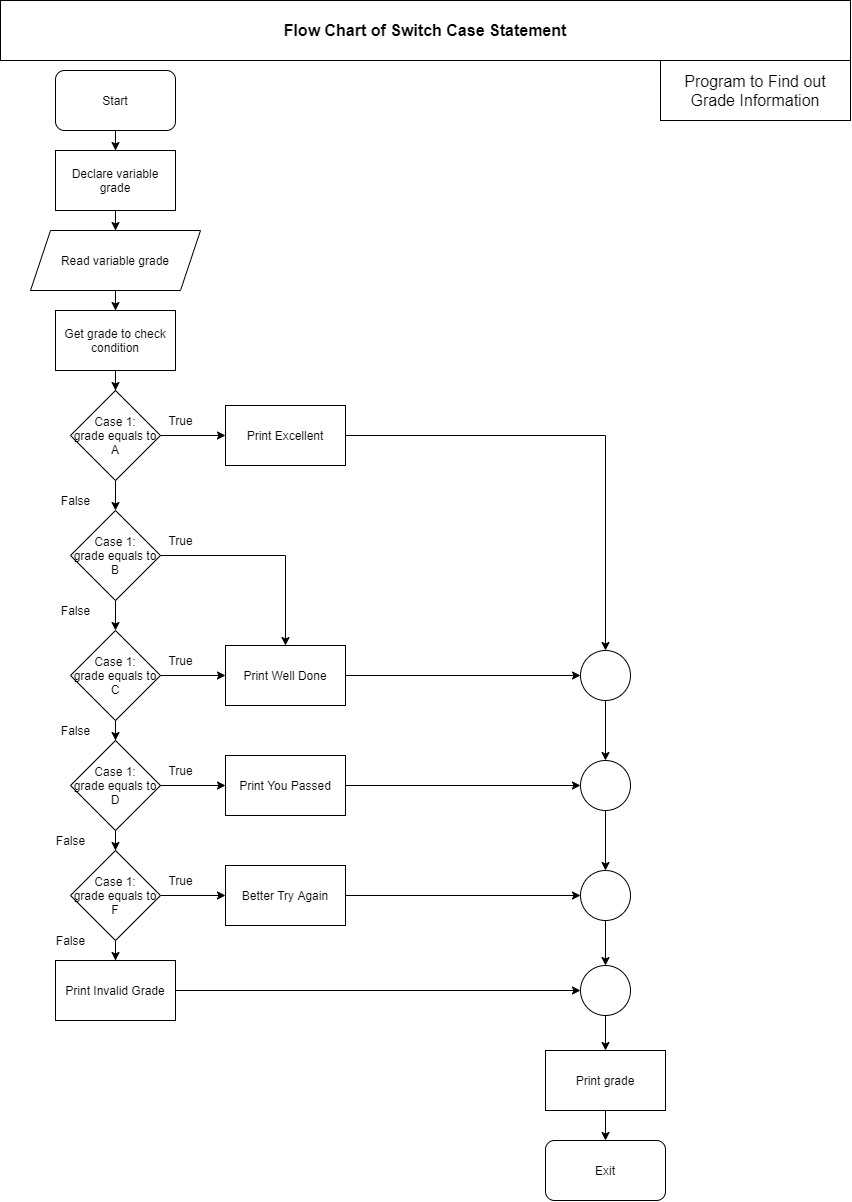
sushantbramhacharya/CProgramming_LEC keeps this draw.io diagram as Chapter2_ProblemSolving/Switch_case_flowchart.png. Above is the earlier version. Source tidied: cells renumbered, new cells last; positions are measured from the earlier drawing's top-left corner, leaving out a move shared by most shapes. The source it was exported from:
```xml
<mxGraphModel>
  <root>
    <mxCell id="0" />
    <mxCell id="1" parent="0" />
    <mxCell id="2" style="edgeStyle=orthogonalEdgeStyle;rounded=0;jettySize=auto;html=1;" parent="1" edge="1" source="3" target="5">
      <mxGeometry relative="1" as="geometry" />
    </mxCell>
    <mxCell id="3" value="Start" style="rounded=1;whiteSpace=wrap;html=1;" parent="1" vertex="1">
      <mxGeometry x="55" y="70" width="120" height="60" as="geometry" />
    </mxCell>
    <mxCell id="4" style="edgeStyle=orthogonalEdgeStyle;rounded=0;jettySize=auto;html=1;" parent="1" edge="1" source="5" target="7">
      <mxGeometry relative="1" as="geometry" />
    </mxCell>
    <mxCell id="5" value="Declare variable grade" style="rounded=0;whiteSpace=wrap;html=1;" parent="1" vertex="1">
      <mxGeometry x="55" y="150" width="120" height="60" as="geometry" />
    </mxCell>
    <mxCell id="6" style="edgeStyle=orthogonalEdgeStyle;rounded=0;jettySize=auto;html=1;" parent="1" edge="1" source="7" target="12">
      <mxGeometry relative="1" as="geometry" />
    </mxCell>
    <mxCell id="7" value="Read variable grade" style="shape=parallelogram;perimeter=parallelogramPerimeter;whiteSpace=wrap;html=1;fixedSize=1;" parent="1" vertex="1">
      <mxGeometry x="30" y="230" width="170" height="60" as="geometry" />
    </mxCell>
    <mxCell id="8" style="edgeStyle=orthogonalEdgeStyle;rounded=0;jettySize=auto;html=1;" parent="1" edge="1" source="10" target="15">
      <mxGeometry relative="1" as="geometry" />
    </mxCell>
    <mxCell id="9" style="edgeStyle=orthogonalEdgeStyle;rounded=0;jettySize=auto;html=1;" parent="1" edge="1" source="10" target="33">
      <mxGeometry relative="1" as="geometry" />
    </mxCell>
    <mxCell id="10" value="Case 1:&lt;br&gt;grade equals to A" style="rhombus;whiteSpace=wrap;html=1;" parent="1" vertex="1">
      <mxGeometry x="70" y="390" width="90" height="90" as="geometry" />
    </mxCell>
    <mxCell id="11" style="edgeStyle=orthogonalEdgeStyle;rounded=0;jettySize=auto;html=1;" parent="1" edge="1" source="12" target="10">
      <mxGeometry relative="1" as="geometry" />
    </mxCell>
    <mxCell id="12" value="Get grade to check condition" style="rounded=0;whiteSpace=wrap;html=1;" parent="1" vertex="1">
      <mxGeometry x="55" y="310" width="120" height="60" as="geometry" />
    </mxCell>
    <mxCell id="13" style="edgeStyle=orthogonalEdgeStyle;rounded=0;jettySize=auto;html=1;entryX=0.5;entryY=0;entryDx=0;entryDy=0;" parent="1" edge="1" source="15" target="18">
      <mxGeometry relative="1" as="geometry" />
    </mxCell>
    <mxCell id="14" style="edgeStyle=orthogonalEdgeStyle;rounded=0;jettySize=auto;html=1;" parent="1" edge="1" source="15" target="35">
      <mxGeometry relative="1" as="geometry" />
    </mxCell>
    <mxCell id="15" value="Case 1:&lt;br&gt;grade equals to B" style="rhombus;whiteSpace=wrap;html=1;" parent="1" vertex="1">
      <mxGeometry x="70" y="510" width="90" height="90" as="geometry" />
    </mxCell>
    <mxCell id="16" style="edgeStyle=orthogonalEdgeStyle;rounded=0;jettySize=auto;html=1;" parent="1" edge="1" source="18" target="21">
      <mxGeometry relative="1" as="geometry" />
    </mxCell>
    <mxCell id="17" style="edgeStyle=orthogonalEdgeStyle;rounded=0;jettySize=auto;html=1;" parent="1" edge="1" source="18" target="35">
      <mxGeometry relative="1" as="geometry" />
    </mxCell>
    <mxCell id="18" value="Case 1:&lt;br&gt;grade equals to C" style="rhombus;whiteSpace=wrap;html=1;" parent="1" vertex="1">
      <mxGeometry x="70" y="630" width="90" height="90" as="geometry" />
    </mxCell>
    <mxCell id="19" style="edgeStyle=orthogonalEdgeStyle;rounded=0;jettySize=auto;html=1;" parent="1" edge="1" source="21" target="24">
      <mxGeometry relative="1" as="geometry" />
    </mxCell>
    <mxCell id="20" style="edgeStyle=orthogonalEdgeStyle;rounded=0;jettySize=auto;html=1;" parent="1" edge="1" source="21" target="37">
      <mxGeometry relative="1" as="geometry" />
    </mxCell>
    <mxCell id="21" value="Case 1:&lt;br&gt;grade equals to D" style="rhombus;whiteSpace=wrap;html=1;" parent="1" vertex="1">
      <mxGeometry x="70" y="740" width="90" height="90" as="geometry" />
    </mxCell>
    <mxCell id="22" style="edgeStyle=orthogonalEdgeStyle;rounded=0;jettySize=auto;html=1;" parent="1" edge="1" source="24" target="26">
      <mxGeometry relative="1" as="geometry" />
    </mxCell>
    <mxCell id="23" style="edgeStyle=orthogonalEdgeStyle;rounded=0;jettySize=auto;html=1;" parent="1" edge="1" source="24" target="39">
      <mxGeometry relative="1" as="geometry" />
    </mxCell>
    <mxCell id="24" value="Case 1:&lt;br&gt;grade equals to F" style="rhombus;whiteSpace=wrap;html=1;" parent="1" vertex="1">
      <mxGeometry x="70" y="850" width="90" height="90" as="geometry" />
    </mxCell>
    <mxCell id="25" style="edgeStyle=orthogonalEdgeStyle;rounded=0;jettySize=auto;html=1;entryX=0;entryY=0.5;entryDx=0;entryDy=0;" parent="1" edge="1" source="26" target="47">
      <mxGeometry relative="1" as="geometry" />
    </mxCell>
    <mxCell id="26" value="Print Invalid Grade" style="rounded=0;whiteSpace=wrap;html=1;" parent="1" vertex="1">
      <mxGeometry x="55" y="960" width="120" height="60" as="geometry" />
    </mxCell>
    <mxCell id="27" value="False" style="text;html=1;align=center;verticalAlign=middle;strokeColor=none;fillColor=none;" parent="1" vertex="1">
      <mxGeometry x="55" y="490" width="40" height="20" as="geometry" />
    </mxCell>
    <mxCell id="28" value="False" style="text;html=1;align=center;verticalAlign=middle;strokeColor=none;fillColor=none;" parent="1" vertex="1">
      <mxGeometry x="55" y="600" width="40" height="20" as="geometry" />
    </mxCell>
    <mxCell id="29" value="False" style="text;html=1;align=center;verticalAlign=middle;strokeColor=none;fillColor=none;" parent="1" vertex="1">
      <mxGeometry x="55" y="720" width="40" height="20" as="geometry" />
    </mxCell>
    <mxCell id="30" value="False" style="text;html=1;align=center;verticalAlign=middle;strokeColor=none;fillColor=none;" parent="1" vertex="1">
      <mxGeometry x="50" y="830" width="40" height="20" as="geometry" />
    </mxCell>
    <mxCell id="31" value="False" style="text;html=1;align=center;verticalAlign=middle;strokeColor=none;fillColor=none;" parent="1" vertex="1">
      <mxGeometry x="50" y="930" width="40" height="20" as="geometry" />
    </mxCell>
    <mxCell id="32" style="edgeStyle=orthogonalEdgeStyle;rounded=0;jettySize=auto;html=1;" parent="1" edge="1" source="33" target="41">
      <mxGeometry relative="1" as="geometry" />
    </mxCell>
    <mxCell id="33" value="Print Excellent" style="whiteSpace=wrap;html=1;" parent="1" vertex="1">
      <mxGeometry x="225" y="405" width="120" height="60" as="geometry" />
    </mxCell>
    <mxCell id="34" style="edgeStyle=orthogonalEdgeStyle;rounded=0;jettySize=auto;html=1;entryX=0;entryY=0.5;entryDx=0;entryDy=0;" parent="1" edge="1" source="35" target="41">
      <mxGeometry relative="1" as="geometry" />
    </mxCell>
    <mxCell id="35" value="Print Well Done" style="whiteSpace=wrap;html=1;" parent="1" vertex="1">
      <mxGeometry x="225" y="645" width="120" height="60" as="geometry" />
    </mxCell>
    <mxCell id="36" style="edgeStyle=orthogonalEdgeStyle;rounded=0;jettySize=auto;html=1;entryX=0;entryY=0.5;entryDx=0;entryDy=0;" parent="1" edge="1" source="37" target="43">
      <mxGeometry relative="1" as="geometry" />
    </mxCell>
    <mxCell id="37" value="Print You Passed" style="whiteSpace=wrap;html=1;" parent="1" vertex="1">
      <mxGeometry x="225" y="755" width="120" height="60" as="geometry" />
    </mxCell>
    <mxCell id="38" style="edgeStyle=orthogonalEdgeStyle;rounded=0;jettySize=auto;html=1;entryX=0;entryY=0.5;entryDx=0;entryDy=0;" parent="1" edge="1" source="39" target="45">
      <mxGeometry relative="1" as="geometry" />
    </mxCell>
    <mxCell id="39" value="Better Try Again" style="whiteSpace=wrap;html=1;" parent="1" vertex="1">
      <mxGeometry x="225" y="865" width="120" height="60" as="geometry" />
    </mxCell>
    <mxCell id="40" style="edgeStyle=orthogonalEdgeStyle;rounded=0;jettySize=auto;html=1;entryX=0.5;entryY=0;entryDx=0;entryDy=0;" parent="1" edge="1" source="41" target="43">
      <mxGeometry relative="1" as="geometry" />
    </mxCell>
    <mxCell id="41" style="ellipse;whiteSpace=wrap;html=1;" parent="1" vertex="1">
      <mxGeometry x="580" y="650" width="50" height="50" as="geometry" />
    </mxCell>
    <mxCell id="42" style="edgeStyle=orthogonalEdgeStyle;rounded=0;jettySize=auto;html=1;entryX=0.5;entryY=0;entryDx=0;entryDy=0;" parent="1" edge="1" source="43" target="45">
      <mxGeometry relative="1" as="geometry" />
    </mxCell>
    <mxCell id="43" style="ellipse;whiteSpace=wrap;html=1;" parent="1" vertex="1">
      <mxGeometry x="580" y="760" width="50" height="50" as="geometry" />
    </mxCell>
    <mxCell id="44" style="edgeStyle=orthogonalEdgeStyle;rounded=0;jettySize=auto;html=1;entryX=0.5;entryY=0;entryDx=0;entryDy=0;" parent="1" edge="1" source="45" target="47">
      <mxGeometry relative="1" as="geometry" />
    </mxCell>
    <mxCell id="45" style="ellipse;whiteSpace=wrap;html=1;" parent="1" vertex="1">
      <mxGeometry x="580" y="870" width="50" height="50" as="geometry" />
    </mxCell>
    <mxCell id="46" style="edgeStyle=orthogonalEdgeStyle;rounded=0;jettySize=auto;html=1;" parent="1" edge="1" source="47" target="50">
      <mxGeometry relative="1" as="geometry" />
    </mxCell>
    <mxCell id="47" style="ellipse;whiteSpace=wrap;html=1;" parent="1" vertex="1">
      <mxGeometry x="580" y="965" width="50" height="50" as="geometry" />
    </mxCell>
    <mxCell id="48" value="Exit" style="rounded=1;whiteSpace=wrap;html=1;" parent="1" vertex="1">
      <mxGeometry x="545" y="1140" width="120" height="60" as="geometry" />
    </mxCell>
    <mxCell id="49" style="edgeStyle=orthogonalEdgeStyle;rounded=0;jettySize=auto;html=1;" parent="1" edge="1" source="50" target="48">
      <mxGeometry relative="1" as="geometry" />
    </mxCell>
    <mxCell id="50" value="Print grade" style="rounded=0;whiteSpace=wrap;html=1;" parent="1" vertex="1">
      <mxGeometry x="545" y="1050" width="120" height="60" as="geometry" />
    </mxCell>
    <mxCell id="51" value="&lt;b&gt;&lt;font style=&quot;font-size: 16px&quot;&gt;Flow Chart of Switch Case Statement&lt;/font&gt;&lt;/b&gt;" style="rounded=0;whiteSpace=wrap;html=1;" parent="1" vertex="1">
      <mxGeometry width="850" height="60" as="geometry" />
    </mxCell>
    <mxCell id="52" value="Program to Find out Grade Information" style="rounded=0;whiteSpace=wrap;html=1;fontSize=16;" parent="1" vertex="1">
      <mxGeometry x="660" y="60" width="190" height="60" as="geometry" />
    </mxCell>
    <mxCell id="53" value="True" style="text;html=1;align=center;verticalAlign=middle;strokeColor=none;fillColor=none;" parent="1" vertex="1">
      <mxGeometry x="160" y="410" width="40" height="20" as="geometry" />
    </mxCell>
    <mxCell id="54" value="True" style="text;html=1;align=center;verticalAlign=middle;strokeColor=none;fillColor=none;" parent="1" vertex="1">
      <mxGeometry x="160" y="530" width="40" height="20" as="geometry" />
    </mxCell>
    <mxCell id="55" value="True" style="text;html=1;align=center;verticalAlign=middle;strokeColor=none;fillColor=none;" parent="1" vertex="1">
      <mxGeometry x="160" y="650" width="40" height="20" as="geometry" />
    </mxCell>
    <mxCell id="56" value="True" style="text;html=1;align=center;verticalAlign=middle;strokeColor=none;fillColor=none;" parent="1" vertex="1">
      <mxGeometry x="160" y="760" width="40" height="20" as="geometry" />
    </mxCell>
    <mxCell id="57" value="True" style="text;html=1;align=center;verticalAlign=middle;strokeColor=none;fillColor=none;" parent="1" vertex="1">
      <mxGeometry x="160" y="870" width="40" height="20" as="geometry" />
    </mxCell>
  </root>
</mxGraphModel>
```
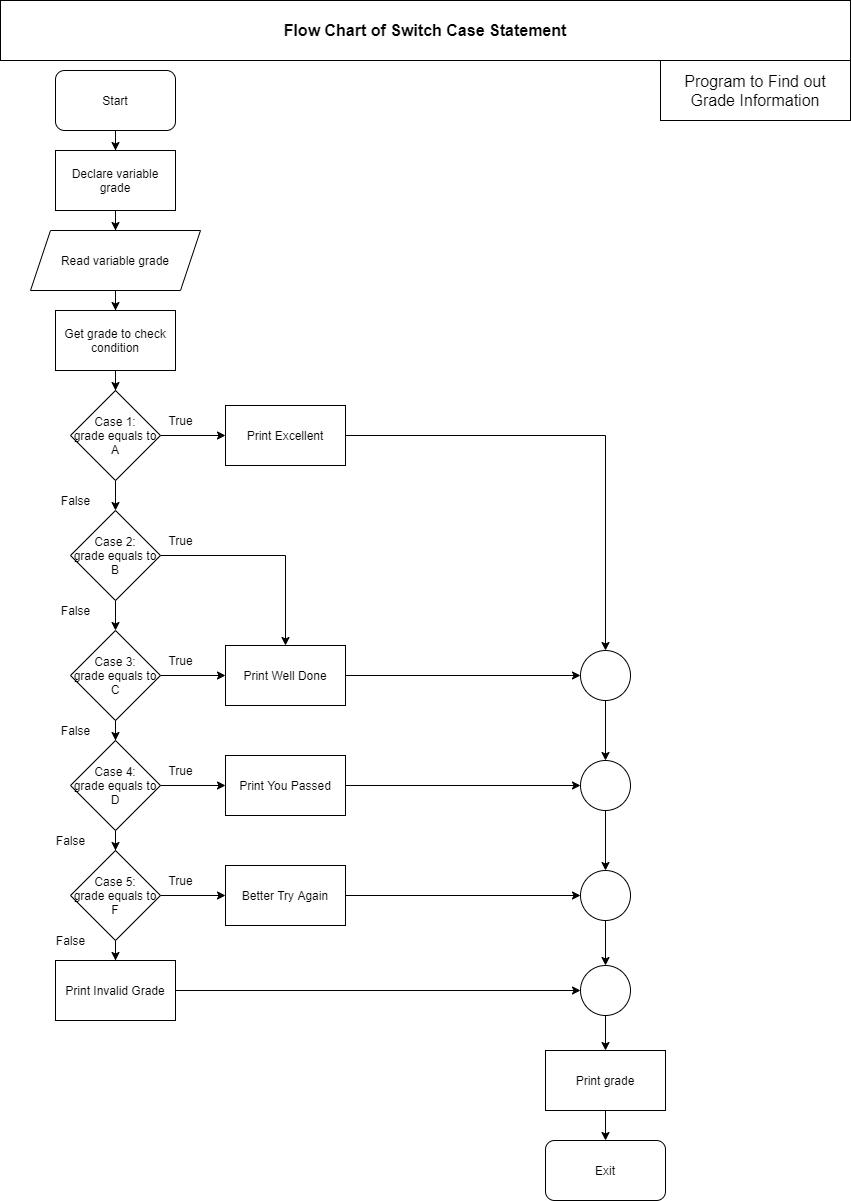
Above is the later version.

Change to the diagram source:
```diff
@@ -41,7 +41,7 @@
     <mxCell id="14" style="edgeStyle=orthogonalEdgeStyle;rounded=0;jettySize=auto;html=1;" parent="1" edge="1" source="15" target="35">
       <mxGeometry relative="1" as="geometry" />
     </mxCell>
-    <mxCell id="15" value="Case 1:&lt;br&gt;grade equals to B" style="rhombus;whiteSpace=wrap;html=1;" parent="1" vertex="1">
+    <mxCell id="15" value="Case 2:&lt;br&gt;grade equals to B" style="rhombus;whiteSpace=wrap;html=1;" parent="1" vertex="1">
       <mxGeometry x="70" y="510" width="90" height="90" as="geometry" />
     </mxCell>
     <mxCell id="16" style="edgeStyle=orthogonalEdgeStyle;rounded=0;jettySize=auto;html=1;" parent="1" edge="1" source="18" target="21">
@@ -50,7 +50,7 @@
     <mxCell id="17" style="edgeStyle=orthogonalEdgeStyle;rounded=0;jettySize=auto;html=1;" parent="1" edge="1" source="18" target="35">
       <mxGeometry relative="1" as="geometry" />
     </mxCell>
-    <mxCell id="18" value="Case 1:&lt;br&gt;grade equals to C" style="rhombus;whiteSpace=wrap;html=1;" parent="1" vertex="1">
+    <mxCell id="18" value="Case 3:&lt;br&gt;grade equals to C" style="rhombus;whiteSpace=wrap;html=1;" parent="1" vertex="1">
       <mxGeometry x="70" y="630" width="90" height="90" as="geometry" />
     </mxCell>
     <mxCell id="19" style="edgeStyle=orthogonalEdgeStyle;rounded=0;jettySize=auto;html=1;" parent="1" edge="1" source="21" target="24">
@@ -59,7 +59,7 @@
     <mxCell id="20" style="edgeStyle=orthogonalEdgeStyle;rounded=0;jettySize=auto;html=1;" parent="1" edge="1" source="21" target="37">
       <mxGeometry relative="1" as="geometry" />
     </mxCell>
-    <mxCell id="21" value="Case 1:&lt;br&gt;grade equals to D" style="rhombus;whiteSpace=wrap;html=1;" parent="1" vertex="1">
+    <mxCell id="21" value="Case 4:&lt;br&gt;grade equals to D" style="rhombus;whiteSpace=wrap;html=1;" parent="1" vertex="1">
       <mxGeometry x="70" y="740" width="90" height="90" as="geometry" />
     </mxCell>
     <mxCell id="22" style="edgeStyle=orthogonalEdgeStyle;rounded=0;jettySize=auto;html=1;" parent="1" edge="1" source="24" target="26">
@@ -68,7 +68,7 @@
     <mxCell id="23" style="edgeStyle=orthogonalEdgeStyle;rounded=0;jettySize=auto;html=1;" parent="1" edge="1" source="24" target="39">
       <mxGeometry relative="1" as="geometry" />
     </mxCell>
-    <mxCell id="24" value="Case 1:&lt;br&gt;grade equals to F" style="rhombus;whiteSpace=wrap;html=1;" parent="1" vertex="1">
+    <mxCell id="24" value="Case 5:&lt;br&gt;grade equals to F" style="rhombus;whiteSpace=wrap;html=1;" parent="1" vertex="1">
       <mxGeometry x="70" y="850" width="90" height="90" as="geometry" />
     </mxCell>
     <mxCell id="25" style="edgeStyle=orthogonalEdgeStyle;rounded=0;jettySize=auto;html=1;entryX=0;entryY=0.5;entryDx=0;entryDy=0;" parent="1" edge="1" source="26" target="47">
```
